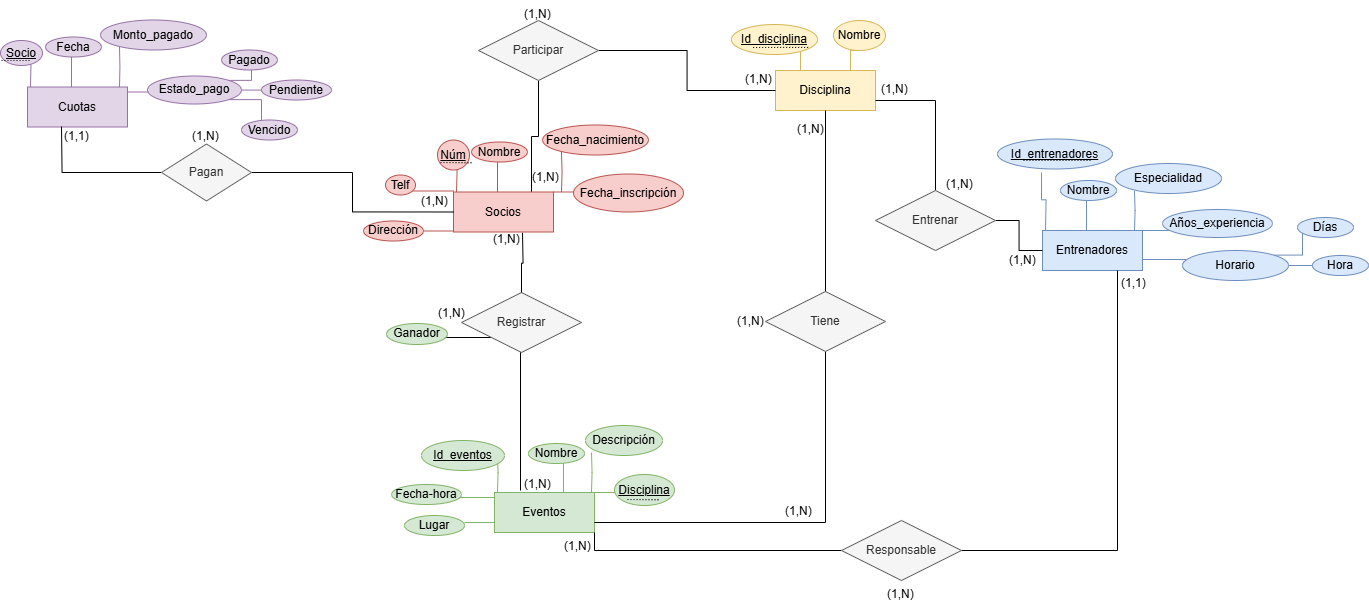
Earlier version of the draw.io export bbdd/sheet04/ModeloER.drawio.png (Dorianaadc/Bootcamp). Source tidied: cells renumbered, new cells last; positions are measured from the earlier drawing's top-left corner, leaving out a move shared by most shapes.
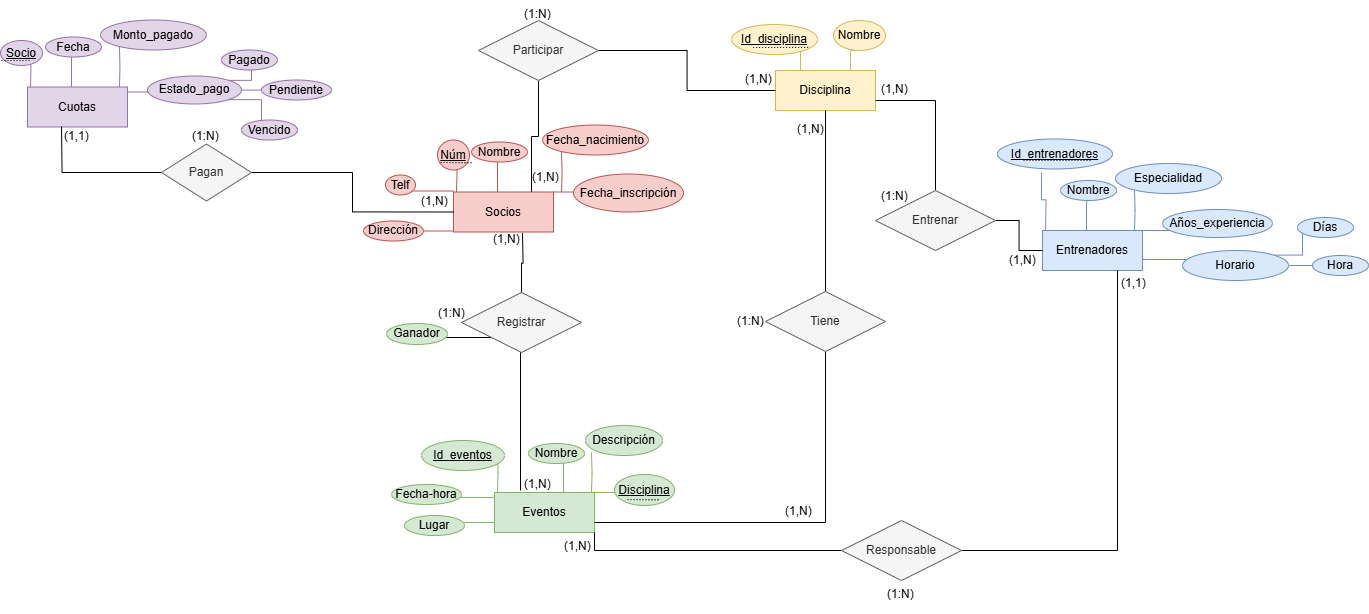
After the change.

Diff of the diagram source:
```diff
@@ -283,11 +283,11 @@
     <mxCell id="68" value="(1,N)" style="text;strokeColor=none;fillColor=none;spacingLeft=4;spacingRight=4;overflow=hidden;fontSize=12;whiteSpace=wrap;html=1;" parent="1" vertex="1">
       <mxGeometry x="739" y="65" width="40" height="30" as="geometry" />
     </mxCell>
-    <mxCell id="69" value="(1,N)" style="text;strokeColor=none;fillColor=none;spacingLeft=4;spacingRight=4;overflow=hidden;fontSize=12;whiteSpace=wrap;html=1;" parent="1" vertex="1">
+    <mxCell id="69" value="(1:N)" style="text;strokeColor=none;fillColor=none;spacingLeft=4;spacingRight=4;overflow=hidden;fontSize=12;whiteSpace=wrap;html=1;" parent="1" vertex="1">
       <mxGeometry x="518" width="40" height="30" as="geometry" />
     </mxCell>
-    <mxCell id="70" value="(1,N)" style="text;strokeColor=none;fillColor=none;spacingLeft=4;spacingRight=4;overflow=hidden;fontSize=12;whiteSpace=wrap;html=1;" parent="1" vertex="1">
-      <mxGeometry x="940" y="169.5" width="40" height="30" as="geometry" />
+    <mxCell id="70" value="(1:N)" style="text;strokeColor=none;fillColor=none;spacingLeft=4;spacingRight=4;overflow=hidden;fontSize=12;whiteSpace=wrap;html=1;" parent="1" vertex="1">
+      <mxGeometry x="875" y="181.5" width="40" height="30" as="geometry" />
     </mxCell>
     <mxCell id="71" value="(1,N)" style="text;strokeColor=none;fillColor=none;spacingLeft=4;spacingRight=4;overflow=hidden;fontSize=12;whiteSpace=wrap;html=1;" parent="1" vertex="1">
       <mxGeometry x="875" y="75" width="40" height="30" as="geometry" />
@@ -298,7 +298,7 @@
     <mxCell id="73" value="(1,N)" style="text;strokeColor=none;fillColor=none;spacingLeft=4;spacingRight=4;overflow=hidden;fontSize=12;whiteSpace=wrap;html=1;" parent="1" vertex="1">
       <mxGeometry x="518" y="470" width="40" height="30" as="geometry" />
     </mxCell>
-    <mxCell id="74" value="(1,N)" style="text;strokeColor=none;fillColor=none;spacingLeft=4;spacingRight=4;overflow=hidden;fontSize=12;whiteSpace=wrap;html=1;" parent="1" vertex="1">
+    <mxCell id="74" value="(1:N)" style="text;strokeColor=none;fillColor=none;spacingLeft=4;spacingRight=4;overflow=hidden;fontSize=12;whiteSpace=wrap;html=1;" parent="1" vertex="1">
       <mxGeometry x="432" y="299" width="40" height="30" as="geometry" />
     </mxCell>
     <mxCell id="75" value="(1,N)" style="text;strokeColor=none;fillColor=none;spacingLeft=4;spacingRight=4;overflow=hidden;fontSize=12;whiteSpace=wrap;html=1;" parent="1" vertex="1">
@@ -310,7 +310,7 @@
     <mxCell id="77" value="(1,N)" style="text;strokeColor=none;fillColor=none;spacingLeft=4;spacingRight=4;overflow=hidden;fontSize=12;whiteSpace=wrap;html=1;" parent="1" vertex="1">
       <mxGeometry x="415" y="187" width="40" height="30" as="geometry" />
     </mxCell>
-    <mxCell id="78" value="(1,N)" style="text;strokeColor=none;fillColor=none;spacingLeft=4;spacingRight=4;overflow=hidden;fontSize=12;whiteSpace=wrap;html=1;" parent="1" vertex="1">
+    <mxCell id="78" value="(1:N)" style="text;strokeColor=none;fillColor=none;spacingLeft=4;spacingRight=4;overflow=hidden;fontSize=12;whiteSpace=wrap;html=1;" parent="1" vertex="1">
       <mxGeometry x="186" y="121.5" width="40" height="30" as="geometry" />
     </mxCell>
     <mxCell id="79" style="endArrow=none;html=1;rounded=0;dashed=1;dashPattern=1 2;" parent="1" edge="1">
@@ -423,13 +423,13 @@
     <mxCell id="103" value="(1,N)" style="text;strokeColor=none;fillColor=none;spacingLeft=4;spacingRight=4;overflow=hidden;fontSize=12;whiteSpace=wrap;html=1;" parent="1" vertex="1">
       <mxGeometry x="558" y="532" width="40" height="30" as="geometry" />
     </mxCell>
-    <mxCell id="104" value="(1,N)" style="text;strokeColor=none;fillColor=none;spacingLeft=4;spacingRight=4;overflow=hidden;fontSize=12;whiteSpace=wrap;html=1;" parent="1" vertex="1">
+    <mxCell id="104" value="(1:N)" style="text;strokeColor=none;fillColor=none;spacingLeft=4;spacingRight=4;overflow=hidden;fontSize=12;whiteSpace=wrap;html=1;" parent="1" vertex="1">
       <mxGeometry x="881" y="580" width="40" height="30" as="geometry" />
     </mxCell>
     <mxCell id="105" value="(1,N)" style="text;strokeColor=none;fillColor=none;spacingLeft=4;spacingRight=4;overflow=hidden;fontSize=12;whiteSpace=wrap;html=1;" parent="1" vertex="1">
       <mxGeometry x="791" y="114.5" width="40" height="30" as="geometry" />
     </mxCell>
-    <mxCell id="106" value="(1,N)" style="text;strokeColor=none;fillColor=none;spacingLeft=4;spacingRight=4;overflow=hidden;fontSize=12;whiteSpace=wrap;html=1;" parent="1" vertex="1">
+    <mxCell id="106" value="(1:N)" style="text;strokeColor=none;fillColor=none;spacingLeft=4;spacingRight=4;overflow=hidden;fontSize=12;whiteSpace=wrap;html=1;" parent="1" vertex="1">
       <mxGeometry x="731" y="307" width="40" height="30" as="geometry" />
     </mxCell>
     <mxCell id="107" value="(1,N)" style="text;strokeColor=none;fillColor=none;spacingLeft=4;spacingRight=4;overflow=hidden;fontSize=12;whiteSpace=wrap;html=1;" parent="1" vertex="1">
```
